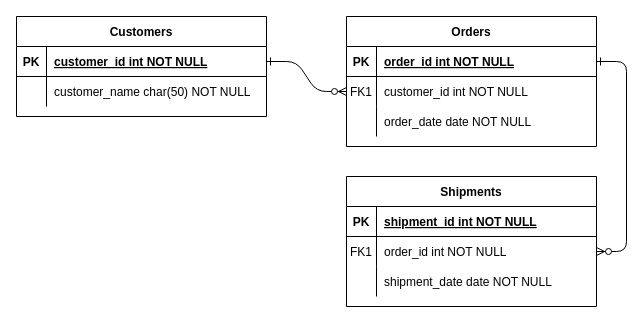
Earlier version of the draw.io diagram SQLASM02.drawio (NvTra/class-assment). Source tidied: cells renumbered, new cells numbered last; positions are measured from the earlier drawing's top-left corner, leaving out a move shared by most shapes. Both pictures are drawn from the tidied source at 100%, with x=0, y=0 at pixel (16, 16).
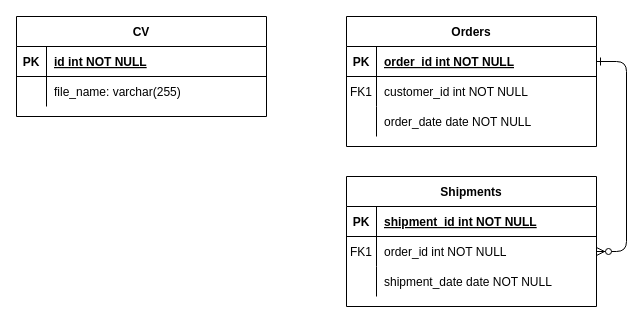
Above is the later version.

Commit message:
Cập nhật SQLASM02.drawio

Unchanged cells that the change refers to:
```xml
<mxCell id="8" style="shape=partialRectangle;fillColor=none;points=[[0,0.5],[1,0.5]];portConstraint=eastwest;top=0;left=0;right=0;bottom=0;" parent="4" vertex="1">
  <mxGeometry y="60" width="250" height="30" as="geometry" />
</mxCell>
<mxCell id="25" style="shape=partialRectangle;fillColor=none;points=[[0,0.5],[1,0.5]];portConstraint=eastwest;top=0;left=0;right=0;bottom=1;" parent="24" vertex="1">
  <mxGeometry y="30" width="250" height="30" as="geometry" />
</mxCell>
<mxCell id="28" style="shape=partialRectangle;fillColor=none;top=0;left=0;right=0;bottom=0;" parent="24" vertex="1">
  <mxGeometry y="60" width="250" height="30" as="geometry" />
</mxCell>
```

What changed in the source:
```diff
@@
-    <mxCell id="2" style="edgeStyle=entityRelationEdgeStyle;endArrow=ERzeroToMany;startArrow=ERone;endFill=1;startFill=0;" parent="1" edge="1" source="25" target="8">
-      <mxGeometry relative="1" as="geometry" />
-    </mxCell>
@@
-    <mxCell id="24" value="Customers" style="shape=table;startSize=30;childLayout=tableLayout;rowLines=0;fontStyle=1;align=center;" parent="1" vertex="1">
+    <mxCell id="24" value="CV" style="shape=table;startSize=30;childLayout=tableLayout;rowLines=0;fontStyle=1;align=center;" parent="1" vertex="1">
       <mxGeometry width="250" height="100" as="geometry" />
     </mxCell>
@@
-    <mxCell id="27" value="customer_id int NOT NULL " style="shape=partialRectangle;overflow=hidden;fillColor=none;top=0;left=0;bottom=0;right=0;align=left;spacingLeft=6;fontStyle=5;" parent="25" vertex="1">
+    <mxCell id="27" value="id int NOT NULL " style="shape=partialRectangle;overflow=hidden;fillColor=none;top=0;left=0;bottom=0;right=0;align=left;spacingLeft=6;fontStyle=5;" parent="25" vertex="1">
       <mxGeometry x="30" width="220" height="30" as="geometry" />
     </mxCell>
@@
-    <mxCell id="30" value="customer_name char(50) NOT NULL" style="shape=partialRectangle;overflow=hidden;fillColor=none;top=0;left=0;bottom=0;right=0;align=left;spacingLeft=6;" parent="28" vertex="1">
+    <mxCell id="30" value="file_name: varchar(255)" style="shape=partialRectangle;overflow=hidden;fillColor=none;top=0;left=0;bottom=0;right=0;align=left;spacingLeft=6;" parent="28" vertex="1">
       <mxGeometry x="30" width="220" height="30" as="geometry" />
     </mxCell>
```
